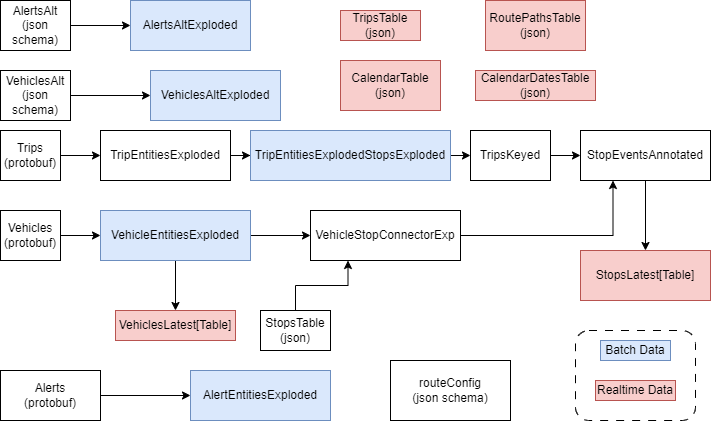
The draw.io diagram Documentation/imgs/transportation_hub_streaming_etl.png in ResourceDataInc/TransportationHub, before a commit. Source tidied: cells renumbered, new cells last; positions are measured from the earlier drawing's top-left corner, leaving out a move shared by most shapes.
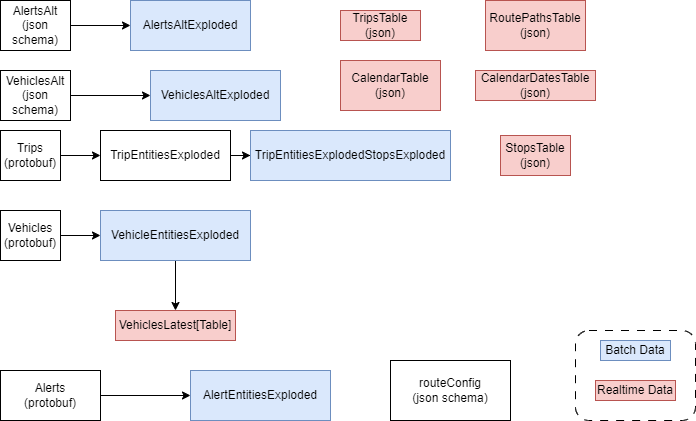
Above is the later version.

Diff of the diagram source:
```diff
@@ -11,12 +11,6 @@
     <mxCell id="4" value="TripEntitiesExploded" style="rounded=0;whiteSpace=wrap;html=1;" parent="1" vertex="1">
       <mxGeometry x="100" y="130" width="130" height="50" as="geometry" />
     </mxCell>
-    <mxCell id="5" style="edgeStyle=orthogonalEdgeStyle;rounded=0;jettySize=auto;html=1;exitX=1;exitY=0.5;exitDx=0;exitDy=0;entryX=0;entryY=0.5;entryDx=0;entryDy=0;" parent="1" edge="1" source="6" target="30">
-      <mxGeometry relative="1" as="geometry" />
-    </mxCell>
-    <mxCell id="6" value="TripsKeyed" style="rounded=0;whiteSpace=wrap;html=1;" parent="1" vertex="1">
-      <mxGeometry x="470" y="130" width="80" height="50" as="geometry" />
-    </mxCell>
     <mxCell id="7" style="endArrow=classic;html=1;rounded=0;exitX=1;exitY=0.5;exitDx=0;exitDy=0;entryX=0;entryY=0.5;entryDx=0;entryDy=0;" parent="1" edge="1" source="2" target="4">
       <mxGeometry relative="1" as="geometry" />
     </mxCell>
@@ -26,27 +20,15 @@
     <mxCell id="9" value="Vehicles&lt;br&gt;(protobuf)" style="rounded=0;whiteSpace=wrap;html=1;" parent="1" vertex="1">
       <mxGeometry y="210" width="60" height="50" as="geometry" />
     </mxCell>
-    <mxCell id="10" style="edgeStyle=orthogonalEdgeStyle;rounded=0;jettySize=auto;html=1;exitX=1;exitY=0.5;exitDx=0;exitDy=0;entryX=0;entryY=0.5;entryDx=0;entryDy=0;" parent="1" edge="1" source="12" target="16">
-      <mxGeometry relative="1" as="geometry" />
-    </mxCell>
     <mxCell id="11" style="edgeStyle=orthogonalEdgeStyle;rounded=0;jettySize=auto;html=1;exitX=0.5;exitY=1;exitDx=0;exitDy=0;entryX=0.5;entryY=0;entryDx=0;entryDy=0;" parent="1" edge="1" source="12" target="36">
       <mxGeometry relative="1" as="geometry" />
     </mxCell>
     <mxCell id="12" value="VehicleEntitiesExploded" style="rounded=0;whiteSpace=wrap;html=1;fillColor=#dae8fc;strokeColor=#6c8ebf;" parent="1" vertex="1">
       <mxGeometry x="100" y="210" width="150" height="50" as="geometry" />
     </mxCell>
-    <mxCell id="13" style="edgeStyle=orthogonalEdgeStyle;rounded=0;jettySize=auto;html=1;exitX=0.5;exitY=0;exitDx=0;exitDy=0;entryX=0.25;entryY=1;entryDx=0;entryDy=0;" parent="1" edge="1" source="14" target="16">
-      <mxGeometry relative="1" as="geometry" />
-    </mxCell>
-    <mxCell id="14" value="StopsTable&lt;br&gt;(json)" style="rounded=0;whiteSpace=wrap;html=1;" parent="1" vertex="1">
-      <mxGeometry x="260" y="310" width="70" height="40" as="geometry" />
+    <mxCell id="14" value="StopsTable&lt;br&gt;(json)" style="rounded=0;whiteSpace=wrap;html=1;fillColor=#f8cecc;strokeColor=#b85450;" parent="1" vertex="1">
+      <mxGeometry x="500" y="135" width="70" height="40" as="geometry" />
     </mxCell>
-    <mxCell id="15" style="edgeStyle=orthogonalEdgeStyle;rounded=0;jettySize=auto;html=1;exitX=1;exitY=0.5;exitDx=0;exitDy=0;entryX=0.25;entryY=1;entryDx=0;entryDy=0;" parent="1" edge="1" source="16" target="30">
-      <mxGeometry relative="1" as="geometry" />
-    </mxCell>
-    <mxCell id="16" value="VehicleStopConnectorExp" style="rounded=0;whiteSpace=wrap;html=1;" parent="1" vertex="1">
-      <mxGeometry x="310" y="210" width="150" height="50" as="geometry" />
-    </mxCell>
     <mxCell id="17" value="CalendarTable&lt;br&gt;(json)" style="rounded=0;whiteSpace=wrap;html=1;fillColor=#f8cecc;strokeColor=#b85450;" parent="1" vertex="1">
       <mxGeometry x="340" y="60" width="100" height="50" as="geometry" />
     </mxCell>
@@ -77,21 +59,9 @@
     <mxCell id="26" value="CalendarDatesTable&lt;br&gt;(json)" style="rounded=0;whiteSpace=wrap;html=1;fillColor=#f8cecc;strokeColor=#b85450;" parent="1" vertex="1">
       <mxGeometry x="475" y="70" width="120" height="30" as="geometry" />
     </mxCell>
-    <mxCell id="27" style="edgeStyle=orthogonalEdgeStyle;rounded=0;jettySize=auto;html=1;exitX=1;exitY=0.5;exitDx=0;exitDy=0;entryX=0;entryY=0.5;entryDx=0;entryDy=0;" parent="1" edge="1" source="28" target="6">
-      <mxGeometry relative="1" as="geometry" />
-    </mxCell>
     <mxCell id="28" value="TripEntitiesExplodedStopsExploded" style="rounded=0;whiteSpace=wrap;html=1;fillColor=#dae8fc;strokeColor=#6c8ebf;" parent="1" vertex="1">
       <mxGeometry x="250" y="130" width="200" height="50" as="geometry" />
     </mxCell>
-    <mxCell id="29" style="edgeStyle=orthogonalEdgeStyle;rounded=0;jettySize=auto;html=1;exitX=0.5;exitY=1;exitDx=0;exitDy=0;entryX=0.5;entryY=0;entryDx=0;entryDy=0;" parent="1" edge="1" source="30" target="31">
-      <mxGeometry relative="1" as="geometry" />
-    </mxCell>
-    <mxCell id="30" value="StopEventsAnnotated" style="rounded=0;whiteSpace=wrap;html=1;" parent="1" vertex="1">
-      <mxGeometry x="580" y="130" width="130" height="50" as="geometry" />
-    </mxCell>
-    <mxCell id="31" value="StopsLatest[Table]" style="rounded=0;whiteSpace=wrap;html=1;fillColor=#f8cecc;strokeColor=#b85450;" parent="1" vertex="1">
-      <mxGeometry x="580" y="250" width="130" height="50" as="geometry" />
-    </mxCell>
     <mxCell id="32" style="edgeStyle=orthogonalEdgeStyle;rounded=0;jettySize=auto;html=1;exitX=1;exitY=0.5;exitDx=0;exitDy=0;entryX=0;entryY=0.5;entryDx=0;entryDy=0;" parent="1" edge="1" source="33" target="34">
       <mxGeometry relative="1" as="geometry" />
     </mxCell>
```
